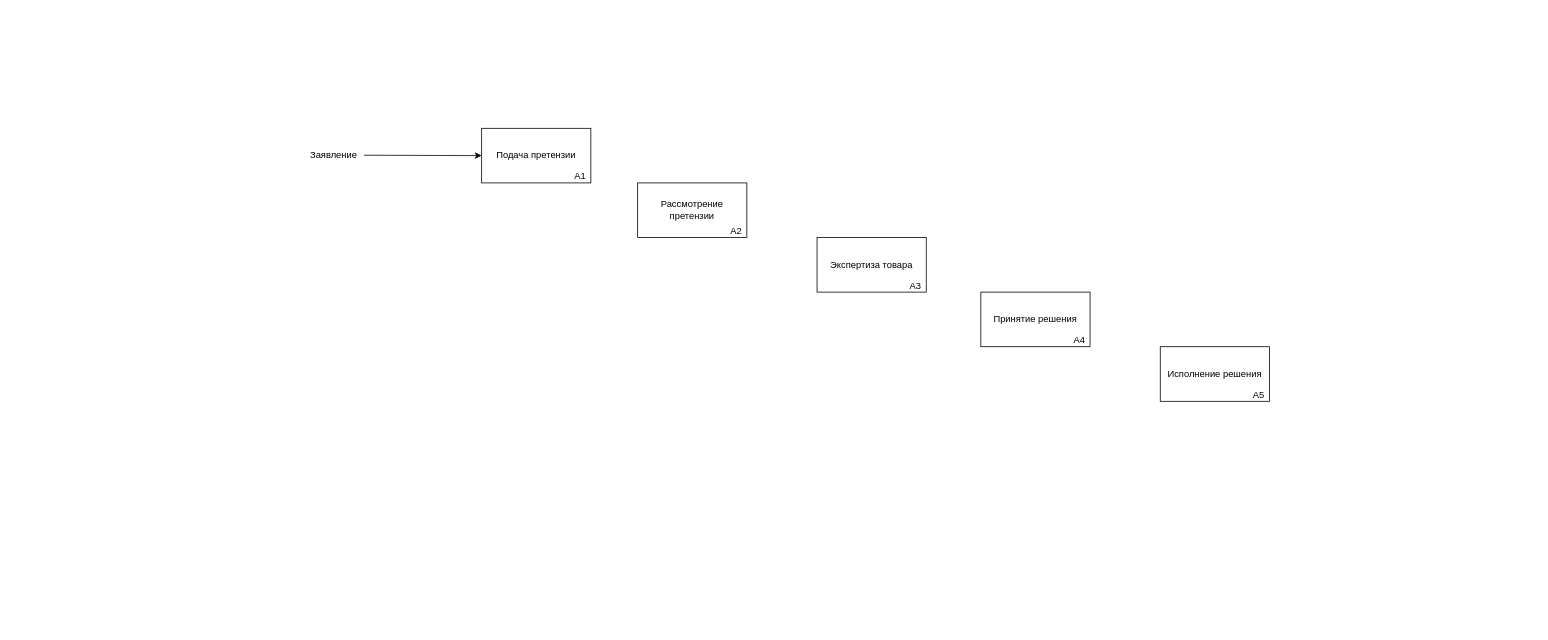
Earlier version of the draw.io diagram page "A0" (2 of 5) of LAB_2/MIABP_LAB_2.drawio (rxzzd/miabp). Source tidied: cells renumbered, new cells numbered last; positions are measured from the earlier drawing's top-left corner, leaving out a move shared by most shapes. Both pictures are drawn from the tidied source at 78%, with x=0, y=0 at pixel (302, 128).
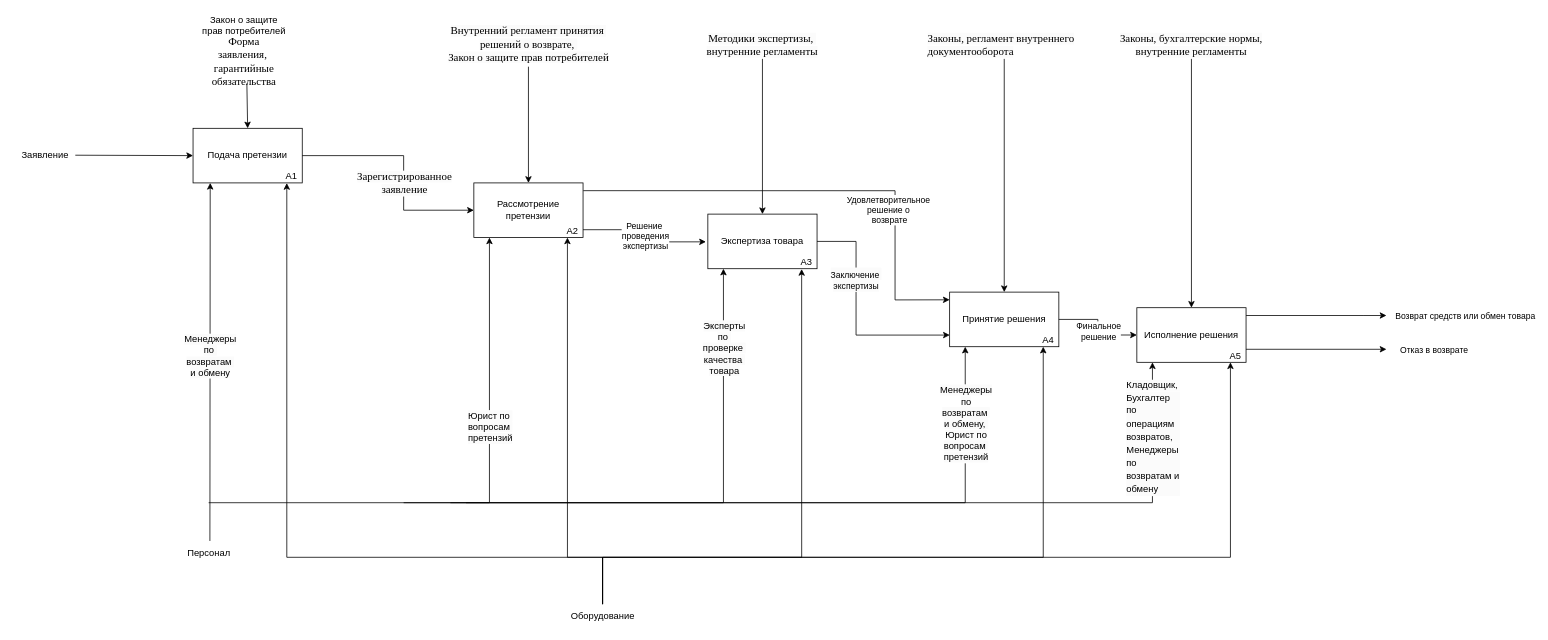
After the change.

Unchanged cells that the change refers to:
```xml
<mxCell id="3" value="Подача претензии" style="rounded=0;whiteSpace=wrap;html=1;" parent="2" vertex="1">
  <mxGeometry width="140" height="70" as="geometry" />
</mxCell>
<mxCell id="4" value="A1" style="text;html=1;align=center;verticalAlign=middle;whiteSpace=wrap;rounded=0;" parent="2" vertex="1">
  <mxGeometry x="113.3" y="53.3" width="26.7" height="16.7" as="geometry" />
</mxCell>
<mxCell id="6" value="Рассмотрение претензии" style="rounded=0;whiteSpace=wrap;html=1;" parent="5" vertex="1">
  <mxGeometry width="140" height="70" as="geometry" />
</mxCell>
<mxCell id="7" value="A2" style="text;html=1;align=center;verticalAlign=middle;whiteSpace=wrap;rounded=0;" parent="5" vertex="1">
  <mxGeometry x="113.3" y="53.3" width="26.7" height="16.7" as="geometry" />
</mxCell>
<mxCell id="9" value="Принятие решения" style="rounded=0;whiteSpace=wrap;html=1;" parent="8" vertex="1">
  <mxGeometry width="140" height="70" as="geometry" />
</mxCell>
<mxCell id="10" value="A4" style="text;html=1;align=center;verticalAlign=middle;whiteSpace=wrap;rounded=0;" parent="8" vertex="1">
  <mxGeometry x="113.3" y="53.3" width="26.7" height="16.7" as="geometry" />
</mxCell>
<mxCell id="12" value="Исполнение решения" style="rounded=0;whiteSpace=wrap;html=1;" parent="11" vertex="1">
  <mxGeometry width="140" height="70" as="geometry" />
</mxCell>
<mxCell id="13" value="A5" style="text;html=1;align=center;verticalAlign=middle;whiteSpace=wrap;rounded=0;" parent="11" vertex="1">
  <mxGeometry x="113.3" y="53.3" width="26.7" height="16.7" as="geometry" />
</mxCell>
<mxCell id="17" value="Экспертиза товара" style="rounded=0;whiteSpace=wrap;html=1;" parent="16" vertex="1">
  <mxGeometry width="140" height="70" as="geometry" />
</mxCell>
```

Diff of the diagram source:
```diff
@@
     <mxCell id="2" style="group;" parent="1" vertex="1">
-      <mxGeometry x="230" width="140" height="70" as="geometry" />
+      <mxGeometry x="-140" width="140" height="70" as="geometry" />
     </mxCell>
@@
     <mxCell id="5" style="group;" parent="1" vertex="1">
-      <mxGeometry x="430" y="70" width="140" height="70" as="geometry" />
+      <mxGeometry x="220" y="70" width="140" height="70" as="geometry" />
     </mxCell>
@@
     <mxCell id="8" style="group;" parent="1" vertex="1">
-      <mxGeometry x="870" y="210" width="140" height="70" as="geometry" />
+      <mxGeometry x="830" y="210" width="140" height="70" as="geometry" />
     </mxCell>
@@
     <mxCell id="11" style="group;" parent="1" vertex="1">
-      <mxGeometry x="1100" y="280" width="140" height="70" as="geometry" />
+      <mxGeometry x="1070" y="230" width="140" height="70" as="geometry" />
     </mxCell>
+    <mxCell id="19" style="edgeStyle=orthogonalEdgeStyle;rounded=0;jettySize=auto;html=1;" parent="11" edge="1" source="12">
+      <mxGeometry relative="1" as="geometry">
+        <mxPoint x="320" y="10" as="targetPoint" />
+        <Array as="points">
+          <mxPoint x="290" y="10" />
+        </Array>
+      </mxGeometry>
+    </mxCell>
+    <mxCell id="20" value="Возврат средств или обмен товара" style="edgeLabel;html=1;align=center;verticalAlign=middle;" parent="19" vertex="1">
+      <mxGeometry x="-0.13" relative="1" as="geometry">
+        <mxPoint x="202" as="offset" />
+      </mxGeometry>
+    </mxCell>
@@
     <mxCell id="15" value="Заявление" style="text;html=1;align=center;verticalAlign=middle;points=[];strokeColor=none;fillColor=none;" parent="1" vertex="1">
-      <mxGeometry y="20" width="80" height="30" as="geometry" />
+      <mxGeometry x="-370" y="20" width="80" height="30" as="geometry" />
     </mxCell>
     <mxCell id="16" style="group;" parent="1" vertex="1">
-      <mxGeometry x="660" y="140" width="140" height="70" as="geometry" />
+      <mxGeometry x="520" y="110" width="140" height="70" as="geometry" />
     </mxCell>
@@
+    <mxCell id="21" value="Персонал" style="text;html=1;align=center;verticalAlign=middle;points=[];strokeColor=none;fillColor=none;" parent="1" vertex="1">
+      <mxGeometry x="-160" y="530" width="80" height="30" as="geometry" />
+    </mxCell>
+    <mxCell id="22" style="endArrow=classic;html=1;rounded=0;entryX=0.5;entryY=1;entryDx=0;entryDy=0;exitX=0.52;exitY=-0.032;exitDx=0;exitDy=0;exitPerimeter=0;" parent="1" edge="1" source="21">
+      <mxGeometry relative="1" as="geometry">
+        <mxPoint x="-118" y="70" as="targetPoint" />
+      </mxGeometry>
+    </mxCell>
+    <mxCell id="23" value="&lt;span style=&quot;font-size: 12px; text-wrap-mode: wrap; background-color: rgb(251, 251, 251);&quot;&gt;Менеджеры по&amp;nbsp;&lt;/span&gt;&lt;div&gt;&lt;span style=&quot;font-size: 12px; text-wrap-mode: wrap; background-color: rgb(251, 251, 251);&quot;&gt;возвратам&amp;nbsp;&lt;/span&gt;&lt;div&gt;&lt;span style=&quot;font-size: 12px; text-wrap-mode: wrap; background-color: rgb(251, 251, 251);&quot;&gt;и обмену&lt;/span&gt;&lt;/div&gt;&lt;/div&gt;" style="edgeLabel;html=1;align=center;verticalAlign=middle;" parent="22" vertex="1">
+      <mxGeometry x="0.13" y="-1" relative="1" as="geometry">
+        <mxPoint x="-1" y="21" as="offset" />
+      </mxGeometry>
+    </mxCell>
+    <mxCell id="24" style="endArrow=classic;html=1;rounded=0;entryX=0.5;entryY=1;entryDx=0;entryDy=0;" parent="1" edge="1">
+      <mxGeometry relative="1" as="geometry">
+        <mxPoint x="-120" y="480" as="sourcePoint" />
+        <mxPoint x="240" y="140" as="targetPoint" />
+        <Array as="points">
+          <mxPoint x="240" y="480" />
+        </Array>
+      </mxGeometry>
+    </mxCell>
+    <mxCell id="25" value="&lt;span style=&quot;font-size: 12px; text-wrap-mode: wrap; background-color: rgb(251, 251, 251);&quot;&gt;Юрист по&amp;nbsp;&lt;/span&gt;&lt;div&gt;&lt;span style=&quot;font-size: 12px; text-wrap-mode: wrap; background-color: rgb(251, 251, 251);&quot;&gt;вопросам&amp;nbsp;&lt;/span&gt;&lt;div&gt;&lt;span style=&quot;font-size: 12px; text-wrap-mode: wrap; background-color: rgb(251, 251, 251);&quot;&gt;претензий&lt;/span&gt;&lt;/div&gt;&lt;/div&gt;" style="edgeLabel;html=1;align=center;verticalAlign=middle;" parent="24" vertex="1">
+      <mxGeometry x="0.4" y="-2" relative="1" as="geometry">
+        <mxPoint x="-2" y="32" as="offset" />
+      </mxGeometry>
+    </mxCell>
+    <mxCell id="26" style="endArrow=classic;html=1;rounded=0;entryX=0.5;entryY=1;entryDx=0;entryDy=0;" parent="1" edge="1">
+      <mxGeometry relative="1" as="geometry">
+        <mxPoint x="190" y="480" as="sourcePoint" />
+        <mxPoint x="540" y="180" as="targetPoint" />
+        <Array as="points">
+          <mxPoint x="540" y="480" />
+        </Array>
+      </mxGeometry>
+    </mxCell>
+    <mxCell id="27" value="&lt;span style=&quot;font-size: 12px; text-wrap-mode: wrap; background-color: rgb(251, 251, 251);&quot;&gt;Эксперты по&amp;nbsp;&lt;/span&gt;&lt;div&gt;&lt;span style=&quot;font-size: 12px; text-wrap-mode: wrap; background-color: rgb(251, 251, 251);&quot;&gt;проверке&amp;nbsp;&lt;/span&gt;&lt;div&gt;&lt;span style=&quot;font-size: 12px; text-wrap-mode: wrap; background-color: rgb(251, 251, 251);&quot;&gt;качества&amp;nbsp;&lt;/span&gt;&lt;div&gt;&lt;span style=&quot;font-size: 12px; text-wrap-mode: wrap; background-color: rgb(251, 251, 251);&quot;&gt;товара&lt;/span&gt;&lt;/div&gt;&lt;/div&gt;&lt;/div&gt;" style="edgeLabel;html=1;align=center;verticalAlign=middle;" parent="26" vertex="1">
+      <mxGeometry x="0.69" relative="1" as="geometry" />
+    </mxCell>
+    <mxCell id="28" style="endArrow=classic;html=1;rounded=0;entryX=0.5;entryY=1;entryDx=0;entryDy=0;" parent="1" edge="1">
+      <mxGeometry relative="1" as="geometry">
+        <mxPoint x="210" y="480" as="sourcePoint" />
+        <mxPoint x="850" y="280" as="targetPoint" />
+        <Array as="points">
+          <mxPoint x="850" y="480" />
+        </Array>
+      </mxGeometry>
+    </mxCell>
+    <mxCell id="29" value="&lt;span style=&quot;text-wrap-mode: wrap; background-color: rgb(251, 251, 251); font-size: 12px;&quot;&gt;Менеджеры по возвратам&amp;nbsp;&lt;/span&gt;&lt;div&gt;&lt;span style=&quot;text-wrap-mode: wrap; background-color: rgb(251, 251, 251); font-size: 12px;&quot;&gt;и обмену,&amp;nbsp;&lt;/span&gt;&lt;div&gt;&lt;span style=&quot;text-wrap-mode: wrap; background-color: rgb(251, 251, 251); font-size: 12px;&quot;&gt;Юрист по вопросам&amp;nbsp;&lt;/span&gt;&lt;/div&gt;&lt;div&gt;&lt;span style=&quot;text-wrap-mode: wrap; background-color: rgb(251, 251, 251); font-size: 12px;&quot;&gt;претензий&lt;/span&gt;&lt;/div&gt;&lt;/div&gt;" style="edgeLabel;html=1;align=center;verticalAlign=middle;" parent="28" vertex="1">
+      <mxGeometry x="0.84" y="-2" relative="1" as="geometry">
+        <mxPoint x="-2" y="31" as="offset" />
+      </mxGeometry>
+    </mxCell>
+    <mxCell id="30" style="endArrow=classic;html=1;rounded=0;entryX=0.5;entryY=1;entryDx=0;entryDy=0;" parent="1" edge="1">
+      <mxGeometry relative="1" as="geometry">
+        <mxPoint x="130" y="480" as="sourcePoint" />
+        <mxPoint x="1090" y="300" as="targetPoint" />
+        <Array as="points">
+          <mxPoint x="1090" y="480" />
+        </Array>
+      </mxGeometry>
+    </mxCell>
+    <mxCell id="31" value="&lt;span style=&quot;text-wrap-mode: wrap; background-color: rgb(251, 251, 251); font-size: 12px;&quot;&gt;Кладовщик,&amp;nbsp;&lt;/span&gt;&lt;div style=&quot;font-family: &amp;quot;Times New Roman&amp;quot;; font-size: 14px; text-align: left; text-wrap-mode: wrap; background-color: rgb(251, 251, 251);&quot;&gt;&lt;span style=&quot;font-family: Helvetica; font-size: 12px; text-align: center;&quot;&gt;Бухгалтер по операциям возвратов,&amp;nbsp;&lt;/span&gt;&lt;/div&gt;&lt;div style=&quot;font-family: &amp;quot;Times New Roman&amp;quot;; font-size: 14px; text-align: left; text-wrap-mode: wrap; background-color: rgb(251, 251, 251);&quot;&gt;&lt;span style=&quot;background-color: transparent; color: light-dark(rgb(0, 0, 0), rgb(255, 255, 255)); font-family: Helvetica; font-size: 12px; text-align: center;&quot;&gt;Менеджеры по возвратам и обмену&lt;/span&gt;&lt;/div&gt;" style="edgeLabel;html=1;align=center;verticalAlign=middle;" parent="30" vertex="1">
+      <mxGeometry x="0.89" y="1" relative="1" as="geometry">
+        <mxPoint x="1" y="33" as="offset" />
+      </mxGeometry>
+    </mxCell>
+    <mxCell id="32" style="endArrow=classic;html=1;rounded=0;exitX=1;exitY=0.5;exitDx=0;exitDy=0;entryX=0;entryY=0.5;entryDx=0;entryDy=0;" parent="1" edge="1" source="3" target="6">
+      <mxGeometry relative="1" as="geometry">
+        <Array as="points">
+          <mxPoint x="130" y="35" />
+          <mxPoint x="130" y="105" />
+        </Array>
+      </mxGeometry>
+    </mxCell>
+    <mxCell id="33" value="&lt;span style=&quot;font-family: &amp;quot;Times New Roman&amp;quot;; font-size: 14px; text-align: left; text-wrap-mode: wrap; background-color: rgb(251, 251, 251);&quot;&gt;Зарегистрированное заявление&lt;/span&gt;" style="edgeLabel;html=1;align=center;verticalAlign=middle;" parent="32" vertex="1">
+      <mxGeometry x="-0.06" relative="1" as="geometry">
+        <mxPoint y="29" as="offset" />
+      </mxGeometry>
+    </mxCell>
+    <mxCell id="34" style="endArrow=classic;html=1;rounded=0;exitX=1.002;exitY=0.142;exitDx=0;exitDy=0;entryX=0;entryY=0.141;entryDx=0;entryDy=0;exitPerimeter=0;entryPerimeter=0;" parent="1" edge="1" source="6" target="9">
+      <mxGeometry relative="1" as="geometry">
+        <Array as="points">
+          <mxPoint x="760" y="80" />
+          <mxPoint x="760" y="220" />
+        </Array>
+      </mxGeometry>
+    </mxCell>
+    <mxCell id="35" value="Удовлетворительное&amp;nbsp;&lt;div&gt;решение о&amp;nbsp;&lt;/div&gt;&lt;div&gt;возврате&lt;/div&gt;" style="edgeLabel;html=1;align=center;verticalAlign=middle;" parent="34" vertex="1">
+      <mxGeometry x="-0.41" y="1" relative="1" as="geometry">
+        <mxPoint x="212" y="26" as="offset" />
+      </mxGeometry>
+    </mxCell>
+    <mxCell id="36" style="edgeStyle=orthogonalEdgeStyle;rounded=0;jettySize=auto;html=1;entryX=-0.018;entryY=0.508;entryDx=0;entryDy=0;entryPerimeter=0;" parent="1" edge="1" source="6" target="17">
+      <mxGeometry relative="1" as="geometry">
+        <Array as="points">
+          <mxPoint x="440" y="130" />
+          <mxPoint x="440" y="146" />
+        </Array>
+      </mxGeometry>
+    </mxCell>
+    <mxCell id="37" value="Решение&amp;nbsp;&lt;div&gt;проведения&lt;div&gt;экспертизы&lt;/div&gt;&lt;/div&gt;" style="edgeLabel;html=1;align=center;verticalAlign=middle;" parent="36" vertex="1">
+      <mxGeometry x="0.01" y="-1" relative="1" as="geometry" />
+    </mxCell>
+    <mxCell id="38" style="edgeStyle=orthogonalEdgeStyle;rounded=0;jettySize=auto;html=1;entryX=0.001;entryY=0.787;entryDx=0;entryDy=0;entryPerimeter=0;" parent="1" edge="1" source="17" target="9">
+      <mxGeometry relative="1" as="geometry">
+        <Array as="points">
+          <mxPoint x="710" y="145" />
+          <mxPoint x="710" y="265" />
+        </Array>
+      </mxGeometry>
+    </mxCell>
+    <mxCell id="39" value="&lt;span style=&quot;font-family: &amp;quot;Google Sans Text&amp;quot;, &amp;quot;Helvetica Neue&amp;quot;, sans-serif; text-align: left; text-wrap-mode: wrap; background-color: rgb(251, 251, 251);&quot;&gt;&lt;font&gt;Заключение&amp;nbsp;&lt;/font&gt;&lt;/span&gt;&lt;div&gt;&lt;span style=&quot;font-family: &amp;quot;Google Sans Text&amp;quot;, &amp;quot;Helvetica Neue&amp;quot;, sans-serif; text-align: left; text-wrap-mode: wrap; background-color: rgb(251, 251, 251);&quot;&gt;&lt;font&gt;экспертизы&lt;/font&gt;&lt;/span&gt;&lt;/div&gt;" style="edgeLabel;html=1;align=center;verticalAlign=middle;" parent="38" vertex="1">
+      <mxGeometry x="-0.32" y="-1" relative="1" as="geometry" />
+    </mxCell>
+    <mxCell id="40" style="edgeStyle=orthogonalEdgeStyle;rounded=0;jettySize=auto;html=1;entryX=0;entryY=0.5;entryDx=0;entryDy=0;" parent="1" edge="1" source="9" target="12">
+      <mxGeometry relative="1" as="geometry" />
+    </mxCell>
+    <mxCell id="41" value="Финальное&lt;div&gt;решение&lt;/div&gt;" style="edgeLabel;html=1;align=center;verticalAlign=middle;" parent="40" vertex="1">
+      <mxGeometry x="-0.1" relative="1" as="geometry">
+        <mxPoint y="11" as="offset" />
+      </mxGeometry>
+    </mxCell>
+    <mxCell id="42" style="edgeStyle=orthogonalEdgeStyle;rounded=0;jettySize=auto;html=1;entryX=0.25;entryY=1;entryDx=0;entryDy=0;entryPerimeter=0;" parent="1" edge="1" source="45" target="7">
+      <mxGeometry relative="1" as="geometry">
+        <Array as="points">
+          <mxPoint x="385" y="550" />
+          <mxPoint x="340" y="550" />
+        </Array>
+      </mxGeometry>
+    </mxCell>
+    <mxCell id="43" style="edgeStyle=orthogonalEdgeStyle;rounded=0;jettySize=auto;html=1;entryX=0.859;entryY=1.006;entryDx=0;entryDy=0;entryPerimeter=0;" parent="1" edge="1" source="45" target="17">
+      <mxGeometry relative="1" as="geometry">
+        <Array as="points">
+          <mxPoint x="385" y="550" />
+          <mxPoint x="640" y="550" />
+          <mxPoint x="640" y="180" />
+        </Array>
+      </mxGeometry>
+    </mxCell>
+    <mxCell id="44" style="edgeStyle=orthogonalEdgeStyle;rounded=0;jettySize=auto;html=1;entryX=0.25;entryY=1;entryDx=0;entryDy=0;" parent="1" edge="1" source="45" target="10">
+      <mxGeometry relative="1" as="geometry">
+        <Array as="points">
+          <mxPoint x="385" y="550" />
+          <mxPoint x="950" y="550" />
+        </Array>
+      </mxGeometry>
+    </mxCell>
+    <mxCell id="45" value="Оборудование" style="text;html=1;align=center;verticalAlign=middle;points=[];strokeColor=none;fillColor=none;" parent="1" vertex="1">
+      <mxGeometry x="330" y="610" width="110" height="30" as="geometry" />
+    </mxCell>
+    <mxCell id="46" style="edgeStyle=orthogonalEdgeStyle;rounded=0;jettySize=auto;html=1;entryX=0.258;entryY=1.012;entryDx=0;entryDy=0;entryPerimeter=0;" parent="1" edge="1" source="45" target="4">
+      <mxGeometry relative="1" as="geometry">
+        <Array as="points">
+          <mxPoint x="385" y="550" />
+          <mxPoint x="-20" y="550" />
+          <mxPoint x="-20" y="70" />
+        </Array>
+      </mxGeometry>
+    </mxCell>
+    <mxCell id="47" style="edgeStyle=orthogonalEdgeStyle;rounded=0;jettySize=auto;html=1;entryX=0.25;entryY=1;entryDx=0;entryDy=0;" parent="1" edge="1" source="45" target="13">
+      <mxGeometry relative="1" as="geometry">
+        <Array as="points">
+          <mxPoint x="385" y="550" />
+          <mxPoint x="1190" y="550" />
+        </Array>
+      </mxGeometry>
+    </mxCell>
+    <mxCell id="48" style="edgeStyle=orthogonalEdgeStyle;rounded=0;orthogonalLoop=1;jettySize=auto;html=1;" parent="1" edge="1">
+      <mxGeometry relative="1" as="geometry">
+        <mxPoint x="1210" y="283.3" as="sourcePoint" />
+        <mxPoint x="1390" y="283.3" as="targetPoint" />
+      </mxGeometry>
+    </mxCell>
+    <mxCell id="49" value="Отказ в возврате" style="edgeLabel;html=1;align=center;verticalAlign=middle;" parent="48" vertex="1">
+      <mxGeometry x="0.3" y="-1" relative="1" as="geometry">
+        <mxPoint x="123" y="-1" as="offset" />
+      </mxGeometry>
+    </mxCell>
+    <mxCell id="50" value="Закон о защите&lt;div&gt;прав потребителей&lt;/div&gt;&lt;div&gt;&lt;span style=&quot;font-family: &amp;quot;Times New Roman&amp;quot;; font-size: 14px; text-align: left; text-wrap-mode: wrap;&quot;&gt;Форма заявления,&amp;nbsp;&lt;/span&gt;&lt;/div&gt;&lt;div&gt;&lt;span style=&quot;font-family: &amp;quot;Times New Roman&amp;quot;; font-size: 14px; text-align: left; text-wrap-mode: wrap;&quot;&gt;гарантийные обязательства&lt;/span&gt;&lt;/div&gt;" style="text;html=1;align=center;verticalAlign=middle;points=[];strokeColor=none;fillColor=none;" parent="1" vertex="1">
+      <mxGeometry x="-170" y="-139" width="190" height="80" as="geometry" />
+    </mxCell>
+    <mxCell id="51" style="endArrow=classic;html=1;rounded=0;exitX=0.521;exitY=1.017;exitDx=0;exitDy=0;exitPerimeter=0;" parent="1" edge="1" source="50">
+      <mxGeometry relative="1" as="geometry">
+        <mxPoint x="-70" as="targetPoint" />
+      </mxGeometry>
+    </mxCell>
+    <mxCell id="52" style="edgeStyle=orthogonalEdgeStyle;rounded=0;jettySize=auto;html=1;entryX=0.5;entryY=0;entryDx=0;entryDy=0;" parent="1" edge="1" source="53" target="6">
+      <mxGeometry relative="1" as="geometry" />
+    </mxCell>
+    <mxCell id="53" value="&lt;span style=&quot;color: rgb(0, 0, 0); font-family: &amp;quot;Times New Roman&amp;quot;; font-size: 14px; font-style: normal; font-variant-ligatures: normal; font-variant-caps: normal; font-weight: 400; letter-spacing: normal; orphans: 2; text-indent: 0px; text-transform: none; widows: 2; word-spacing: 0px; -webkit-text-stroke-width: 0px; white-space: normal; background-color: rgb(251, 251, 251); text-decoration-thickness: initial; text-decoration-style: initial; text-decoration-color: initial; float: none; display: inline !important;&quot;&gt;Внутренний регламент принятия&amp;nbsp;&lt;/span&gt;&lt;div&gt;&lt;div style=&quot;&quot;&gt;&lt;span style=&quot;background-color: light-dark(rgb(251, 251, 251), rgb(21, 21, 21)); color: light-dark(rgb(0, 0, 0), rgb(237, 237, 237)); font-family: &amp;quot;Times New Roman&amp;quot;; font-size: 14px;&quot;&gt;решений о возврате,&amp;nbsp;&lt;/span&gt;&lt;/div&gt;&lt;div&gt;&lt;span style=&quot;color: rgb(0, 0, 0); font-family: &amp;quot;Times New Roman&amp;quot;; font-size: 14px; font-style: normal; font-variant-ligatures: normal; font-variant-caps: normal; font-weight: 400; letter-spacing: normal; orphans: 2; text-indent: 0px; text-transform: none; widows: 2; word-spacing: 0px; -webkit-text-stroke-width: 0px; white-space: normal; background-color: rgb(251, 251, 251); text-decoration-thickness: initial; text-decoration-style: initial; text-decoration-color: initial; float: none; display: inline !important;&quot;&gt;Закон о защите прав потребителей&lt;/span&gt;&lt;/div&gt;&lt;/div&gt;" style="text;whiteSpace=wrap;html=1;align=center;" parent="1" vertex="1">
+      <mxGeometry x="182.5" y="-139" width="215" height="60" as="geometry" />
+    </mxCell>
+    <mxCell id="54" style="edgeStyle=orthogonalEdgeStyle;rounded=0;jettySize=auto;html=1;entryX=0.5;entryY=0;entryDx=0;entryDy=0;" parent="1" edge="1" source="55" target="17">
+      <mxGeometry relative="1" as="geometry" />
+    </mxCell>
+    <mxCell id="55" value="&lt;span style=&quot;color: rgb(0, 0, 0); font-family: &amp;quot;Times New Roman&amp;quot;; font-size: 14px; font-style: normal; font-variant-ligatures: normal; font-variant-caps: normal; font-weight: 400; letter-spacing: normal; orphans: 2; text-indent: 0px; text-transform: none; widows: 2; word-spacing: 0px; -webkit-text-stroke-width: 0px; white-space: normal; background-color: rgb(251, 251, 251); text-decoration-thickness: initial; text-decoration-style: initial; text-decoration-color: initial; float: none; display: inline !important;&quot;&gt;Методики экспертизы,&amp;nbsp;&lt;/span&gt;&lt;div&gt;&lt;span style=&quot;color: rgb(0, 0, 0); font-family: &amp;quot;Times New Roman&amp;quot;; font-size: 14px; font-style: normal; font-variant-ligatures: normal; font-variant-caps: normal; font-weight: 400; letter-spacing: normal; orphans: 2; text-indent: 0px; text-transform: none; widows: 2; word-spacing: 0px; -webkit-text-stroke-width: 0px; white-space: normal; background-color: rgb(251, 251, 251); text-decoration-thickness: initial; text-decoration-style: initial; text-decoration-color: initial; float: none; display: inline !important;&quot;&gt;внутренние регламенты&lt;/span&gt;&lt;/div&gt;" style="text;whiteSpace=wrap;html=1;align=center;" parent="1" vertex="1">
+      <mxGeometry x="510" y="-129" width="160" height="40" as="geometry" />
+    </mxCell>
+    <mxCell id="56" style="edgeStyle=orthogonalEdgeStyle;rounded=0;jettySize=auto;html=1;entryX=0.5;entryY=0;entryDx=0;entryDy=0;" parent="1" edge="1" source="57" target="9">
+      <mxGeometry relative="1" as="geometry" />
+    </mxCell>
+    <mxCell id="57" value="&lt;span style=&quot;color: rgb(0, 0, 0); font-family: &amp;quot;Times New Roman&amp;quot;; font-size: 14px; font-style: normal; font-variant-ligatures: normal; font-variant-caps: normal; font-weight: 400; letter-spacing: normal; orphans: 2; text-align: left; text-indent: 0px; text-transform: none; widows: 2; word-spacing: 0px; -webkit-text-stroke-width: 0px; white-space: normal; background-color: rgb(251, 251, 251); text-decoration-thickness: initial; text-decoration-style: initial; text-decoration-color: initial; display: inline !important; float: none;&quot;&gt;Законы, регламент внутреннего документооборота&lt;/span&gt;" style="text;whiteSpace=wrap;html=1;" parent="1" vertex="1">
+      <mxGeometry x="800" y="-129" width="200" height="40" as="geometry" />
+    </mxCell>
+    <mxCell id="58" style="edgeStyle=orthogonalEdgeStyle;rounded=0;jettySize=auto;html=1;" parent="1" edge="1" source="59" target="12">
+      <mxGeometry relative="1" as="geometry" />
+    </mxCell>
+    <mxCell id="59" value="&lt;span style=&quot;color: rgb(0, 0, 0); font-family: &amp;quot;Times New Roman&amp;quot;; font-size: 14px; font-style: normal; font-variant-ligatures: normal; font-variant-caps: normal; font-weight: 400; letter-spacing: normal; orphans: 2; text-indent: 0px; text-transform: none; widows: 2; word-spacing: 0px; -webkit-text-stroke-width: 0px; white-space: normal; background-color: rgb(251, 251, 251); text-decoration-thickness: initial; text-decoration-style: initial; text-decoration-color: initial; float: none; display: inline !important;&quot;&gt;Законы, бухгалтерские нормы, внутренние регламенты&lt;/span&gt;" style="text;whiteSpace=wrap;html=1;align=center;" parent="1" vertex="1">
+      <mxGeometry x="1045" y="-129" width="190" height="40" as="geometry" />
+    </mxCell>
```
